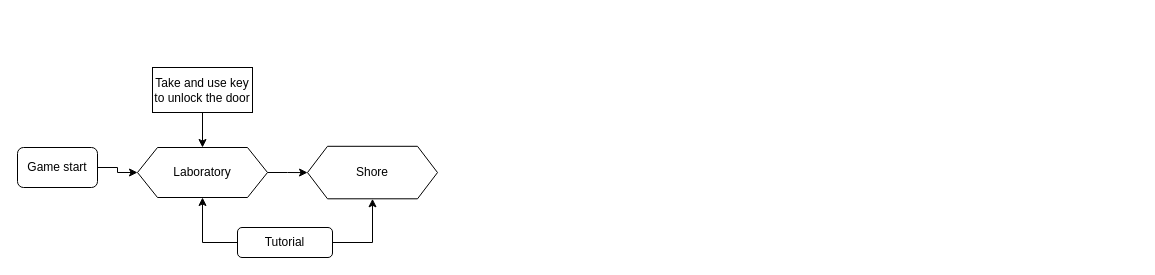
Above: Huj znaet/Untitled Diagram.drawio in Ktoto198/N (draw.io), before the change. Source tidied: cells renumbered, new cells numbered last; positions are measured from the earlier drawing's top-left corner, leaving out a move shared by most shapes. Both pictures are drawn from the tidied source at 100%, with x=0, y=0 at pixel (17, 67).
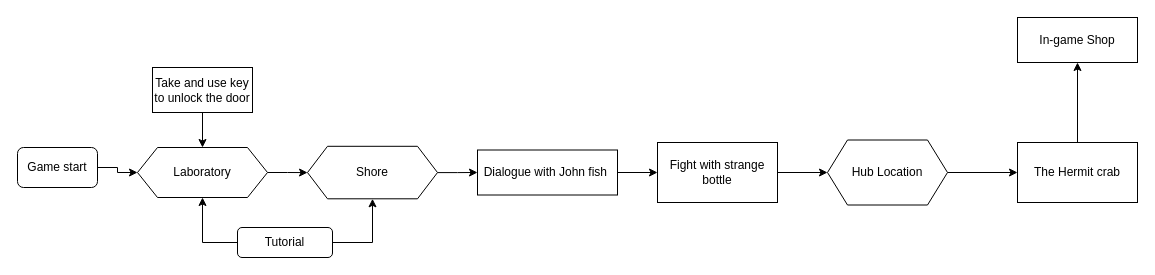
After the change.

Commit message:
New Game flow

The change refers to these unchanged cells:
```xml
<mxCell id="11" value="Shore" style="shape=hexagon;perimeter=hexagonPerimeter2;whiteSpace=wrap;html=1;fixedSize=1;" parent="1" vertex="1">
  <mxGeometry x="290" y="78.8" width="130" height="52.5" as="geometry" />
</mxCell>
```

Change to the diagram source:
```diff
@@
+    <mxCell id="12" style="edgeStyle=orthogonalEdgeStyle;rounded=0;jettySize=auto;html=1;" parent="1" edge="1" source="11" target="14">
+      <mxGeometry relative="1" as="geometry" />
+    </mxCell>
@@
+    <mxCell id="13" style="edgeStyle=orthogonalEdgeStyle;rounded=0;jettySize=auto;html=1;" parent="1" edge="1" source="14" target="16">
+      <mxGeometry relative="1" as="geometry" />
+    </mxCell>
+    <mxCell id="14" value="Dialogue with John fish&amp;nbsp;" style="rounded=0;whiteSpace=wrap;html=1;" parent="1" vertex="1">
+      <mxGeometry x="460" y="82.5" width="140" height="45" as="geometry" />
+    </mxCell>
+    <mxCell id="15" style="edgeStyle=orthogonalEdgeStyle;rounded=0;jettySize=auto;html=1;" parent="1" edge="1" source="16" target="18">
+      <mxGeometry relative="1" as="geometry" />
+    </mxCell>
+    <mxCell id="16" value="Fight with strange bottle" style="whiteSpace=wrap;html=1;rounded=0;" parent="1" vertex="1">
+      <mxGeometry x="640" y="75" width="120" height="60" as="geometry" />
+    </mxCell>
+    <mxCell id="17" style="edgeStyle=orthogonalEdgeStyle;rounded=0;jettySize=auto;html=1;" parent="1" edge="1" source="18" target="20">
+      <mxGeometry relative="1" as="geometry" />
+    </mxCell>
+    <mxCell id="18" value="Hub Location" style="shape=hexagon;perimeter=hexagonPerimeter2;whiteSpace=wrap;html=1;fixedSize=1;rounded=0;" parent="1" vertex="1">
+      <mxGeometry x="810" y="72.5" width="120" height="65" as="geometry" />
+    </mxCell>
+    <mxCell id="19" style="edgeStyle=orthogonalEdgeStyle;rounded=0;jettySize=auto;html=1;" parent="1" edge="1" source="20" target="21">
+      <mxGeometry relative="1" as="geometry" />
+    </mxCell>
+    <mxCell id="20" value="The Hermit crab" style="whiteSpace=wrap;html=1;rounded=0;" parent="1" vertex="1">
+      <mxGeometry x="1000" y="75" width="120" height="60" as="geometry" />
+    </mxCell>
+    <mxCell id="21" value="In-game Shop" style="whiteSpace=wrap;html=1;rounded=0;" parent="1" vertex="1">
+      <mxGeometry x="1000" y="-50" width="120" height="45" as="geometry" />
+    </mxCell>
```
